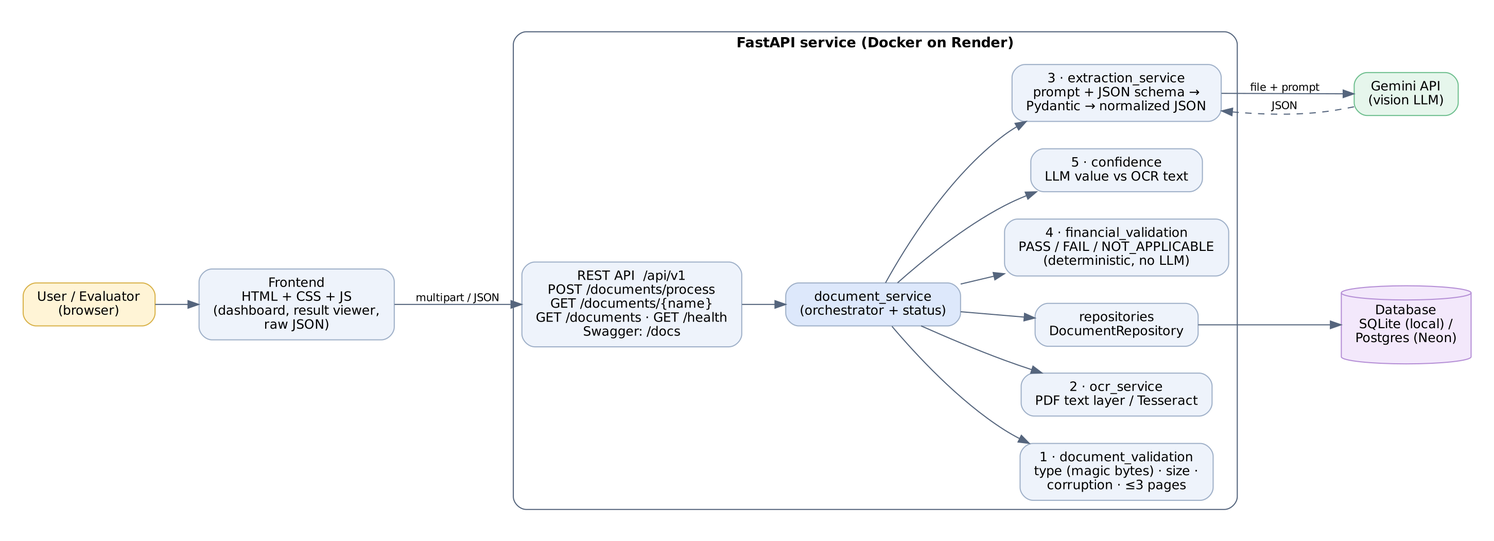
Before: docs/architecture.png, a diagram exported from Graphviz (NT-0017/document-intelligence-platform). Its source is kept beside it as docs/architecture.dot. The source it was exported from:
```dot
digraph G {
  rankdir=LR; ordering=out; bgcolor="white"; nodesep=0.35; ranksep=0.55; pad=0.3;
  node [shape=box, style="rounded,filled", fontname="Helvetica", fontsize=12, color="#9fb0c8", fillcolor="#eef3fb", margin="0.18,0.1"];
  edge [color="#55657d", fontname="Helvetica", fontsize=10];

  user [label="User / Evaluator\n(browser)", fillcolor="#fff4d6", color="#d9b24a"];
  fe   [label="Frontend\nHTML + CSS + JS\n(dashboard, result viewer,\nraw JSON)"];
  subgraph cluster_api {
    label="FastAPI service (Docker on Render)"; fontname="Helvetica-Bold"; fontsize=13; style="rounded"; color="#55657d";
    routes [label="REST API  /api/v1\nPOST /documents/process\nGET /documents/{name}\nGET /documents · GET /health\nSwagger: /docs"];
    svc    [label="document_service\n(orchestrator + status)", fillcolor="#dde8fb"];
    val    [label="1 · document_validation\ntype (magic bytes) · size ·\ncorruption · ≤3 pages"];
    ocr    [label="2 · ocr_service\nPDF text layer / Tesseract"];
    ext    [label="3 · extraction_service\nprompt + JSON schema →\nPydantic → normalized JSON"];
    fin    [label="4 · financial_validation\nPASS / FAIL / NOT_APPLICABLE\n(deterministic, no LLM)"];
    conf   [label="5 · confidence\nLLM value vs OCR text"];
    repo   [label="repositories\nDocumentRepository"];
  }
  llm [label="Gemini API\n(vision LLM)", fillcolor="#e6f6ec", color="#6fbf8f"];
  db  [label="Database\nSQLite (local) /\nPostgres (Neon)", shape=cylinder, fillcolor="#f3e8fb", color="#b58fd6"];

  user -> fe; fe -> routes [label="multipart / JSON"];
  routes -> svc; svc -> val; svc -> ocr; svc -> ext; svc -> fin; svc -> conf; svc -> repo;
  ext -> llm [label="file + prompt"]; llm -> ext [style=dashed, label="JSON"];
  repo -> db;
}
```
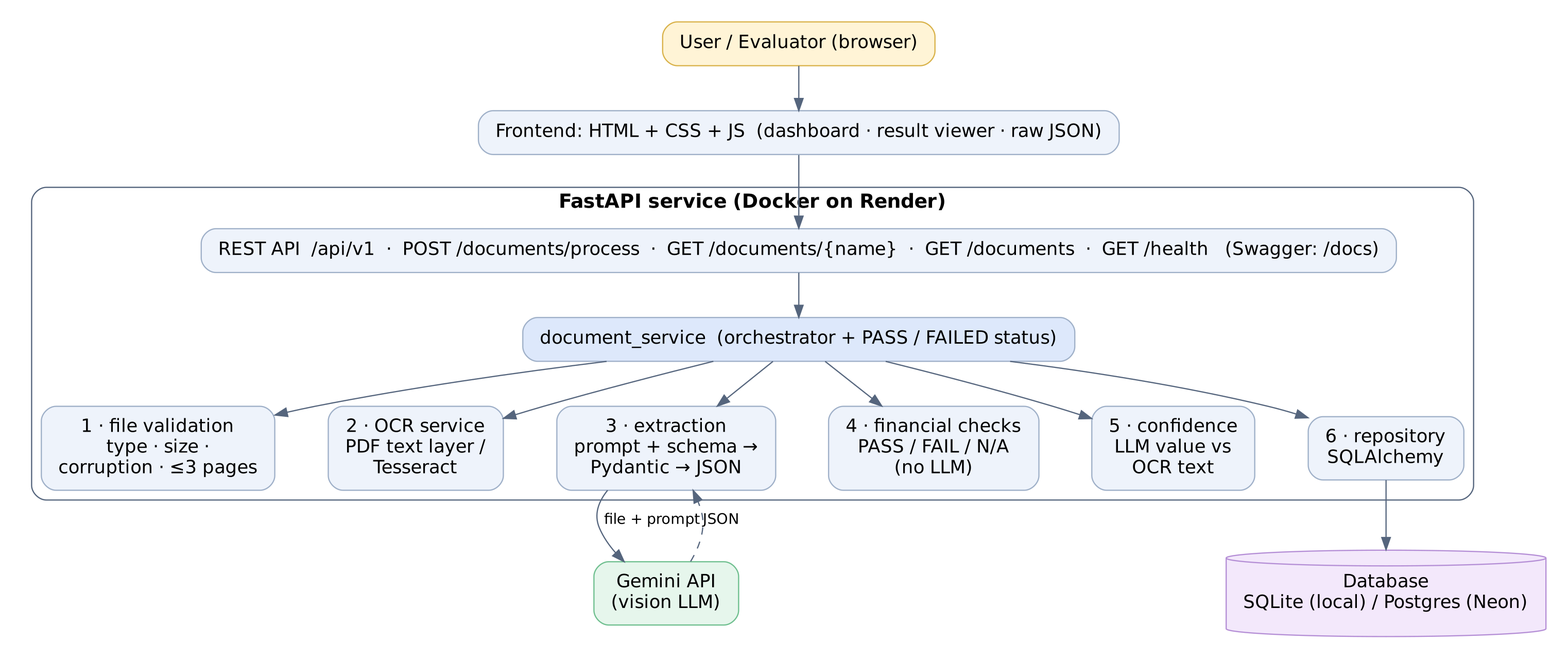
After the commit.

Commit message:
Docs: compact architecture diagram and solution presentation (PPTX + PDF)

What changed in the source:
```diff
@@ -1,26 +1,28 @@
 digraph G {
-  rankdir=LR; ordering=out; bgcolor="white"; nodesep=0.35; ranksep=0.55; pad=0.3;
-  node [shape=box, style="rounded,filled", fontname="Helvetica", fontsize=12, color="#9fb0c8", fillcolor="#eef3fb", margin="0.18,0.1"];
-  edge [color="#55657d", fontname="Helvetica", fontsize=10];
+  rankdir=TB; bgcolor="white"; nodesep=0.3; ranksep=0.5; pad=0.25; newrank=true;
+  node [shape=box, style="rounded,filled", fontname="Helvetica", fontsize=15, color="#9fb0c8", fillcolor="#eef3fb", margin="0.2,0.12"];
+  edge [color="#55657d", fontname="Helvetica", fontsize=12];
 
-  user [label="User / Evaluator\n(browser)", fillcolor="#fff4d6", color="#d9b24a"];
-  fe   [label="Frontend\nHTML + CSS + JS\n(dashboard, result viewer,\nraw JSON)"];
+  user [label="User / Evaluator (browser)", fillcolor="#fff4d6", color="#d9b24a"];
+  fe   [label="Frontend: HTML + CSS + JS  (dashboard · result viewer · raw JSON)"];
   subgraph cluster_api {
-    label="FastAPI service (Docker on Render)"; fontname="Helvetica-Bold"; fontsize=13; style="rounded"; color="#55657d";
-    routes [label="REST API  /api/v1\nPOST /documents/process\nGET /documents/{name}\nGET /documents · GET /health\nSwagger: /docs"];
-    svc    [label="document_service\n(orchestrator + status)", fillcolor="#dde8fb"];
-    val    [label="1 · document_validation\ntype (magic bytes) · size ·\ncorruption · ≤3 pages"];
-    ocr    [label="2 · ocr_service\nPDF text layer / Tesseract"];
-    ext    [label="3 · extraction_service\nprompt + JSON schema →\nPydantic → normalized JSON"];
-    fin    [label="4 · financial_validation\nPASS / FAIL / NOT_APPLICABLE\n(deterministic, no LLM)"];
-    conf   [label="5 · confidence\nLLM value vs OCR text"];
-    repo   [label="repositories\nDocumentRepository"];
+    label="FastAPI service (Docker on Render)"; fontname="Helvetica-Bold"; fontsize=16; style="rounded"; color="#55657d";
+    routes [label="REST API  /api/v1  ·  POST /documents/process  ·  GET /documents/{name}  ·  GET /documents  ·  GET /health   (Swagger: /docs)"];
+    svc    [label="document_service  (orchestrator + PASS / FAILED status)", fillcolor="#dde8fb"];
+    val  [label="1 · file validation\ntype · size ·\ncorruption · ≤3 pages"];
+    ocr  [label="2 · OCR service\nPDF text layer /\nTesseract"];
+    ext  [label="3 · extraction\nprompt + schema →\nPydantic → JSON"];
+    fin  [label="4 · financial checks\nPASS / FAIL / N/A\n(no LLM)"];
+    conf [label="5 · confidence\nLLM value vs\nOCR text"];
+    repo [label="6 · repository\nSQLAlchemy"];
+    {rank=same; val; ocr; ext; fin; conf; repo}
   }
   llm [label="Gemini API\n(vision LLM)", fillcolor="#e6f6ec", color="#6fbf8f"];
-  db  [label="Database\nSQLite (local) /\nPostgres (Neon)", shape=cylinder, fillcolor="#f3e8fb", color="#b58fd6"];
+  db  [label="Database\nSQLite (local) / Postgres (Neon)", shape=cylinder, fillcolor="#f3e8fb", color="#b58fd6"];
 
-  user -> fe; fe -> routes [label="multipart / JSON"];
-  routes -> svc; svc -> val; svc -> ocr; svc -> ext; svc -> fin; svc -> conf; svc -> repo;
-  ext -> llm [label="file + prompt"]; llm -> ext [style=dashed, label="JSON"];
+  user -> fe -> routes -> svc;
+  svc -> val; svc -> ocr; svc -> ext; svc -> fin; svc -> conf; svc -> repo;
+  val -> ocr -> ext -> fin -> conf -> repo [style=invis];
+  ext -> llm [label=" file + prompt"]; llm -> ext [style=dashed, label="JSON "];
   repo -> db;
 }
```
